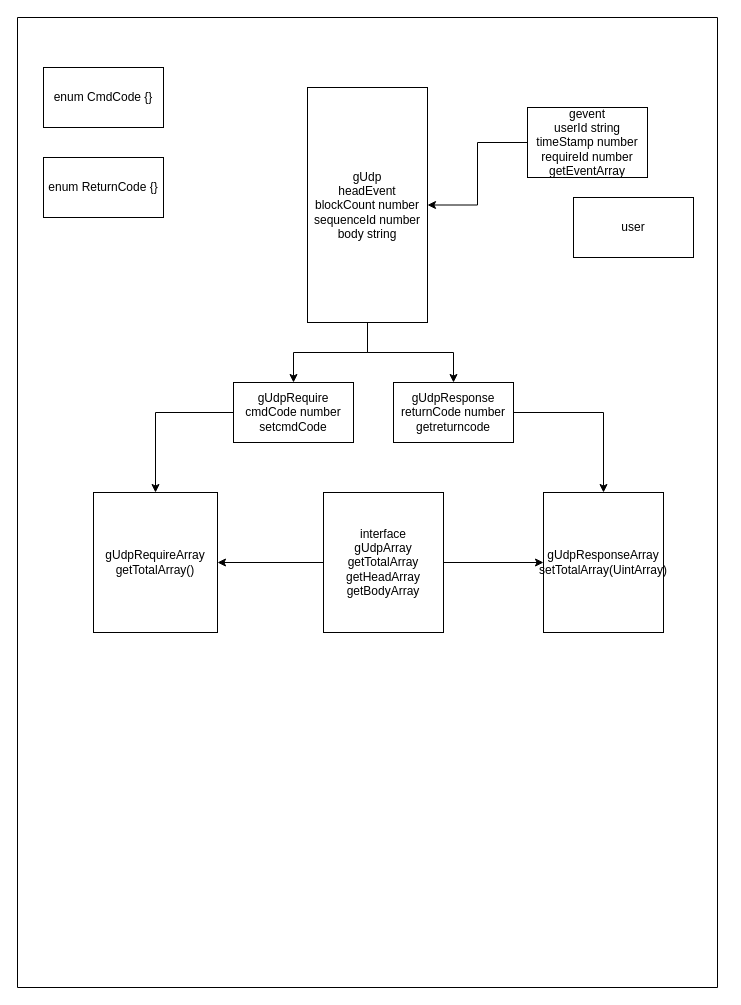
605682883/flowPhoto keeps this draw.io diagram as Untitled Diagram.drawio. Above is the earlier version. Source tidied: cells renumbered, new cells numbered last; positions are measured from the earlier drawing's top-left corner, leaving out a move shared by most shapes. Both pictures are drawn from the tidied source at 100%, with x=0, y=0 at pixel (17, 17).
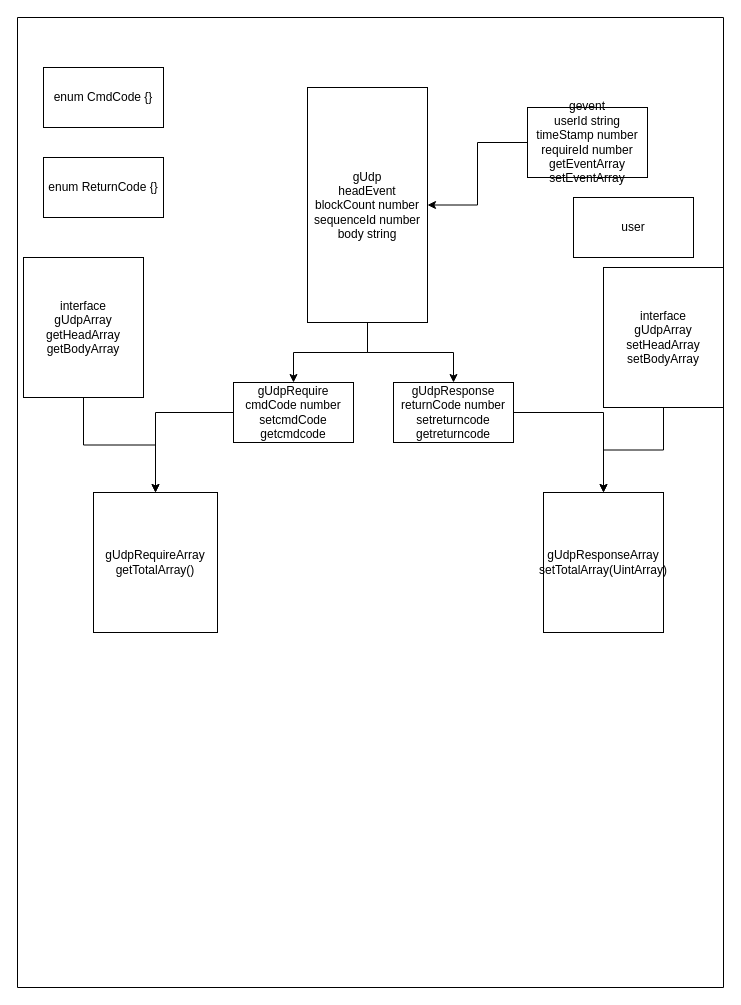
Above is the later version.

Unchanged cells that the change refers to:
```xml
<mxCell id="17" value="gUdpResponseArray&lt;br&gt;setTotalArray(UintArray)" style="rounded=0;whiteSpace=wrap;html=1;" parent="2" vertex="1">
  <mxGeometry x="526" y="475" width="120" height="140" as="geometry" />
</mxCell>
```

Diff of the diagram source:
```diff
@@
     <mxCell id="2" style="swimlane;startSize=0;" parent="1" vertex="1">
-      <mxGeometry width="700" height="970" as="geometry" />
+      <mxGeometry width="706" height="970" as="geometry" />
     </mxCell>
@@
-    <mxCell id="5" style="edgeStyle=orthogonalEdgeStyle;rounded=0;jettySize=auto;html=1;" parent="2" edge="1" source="6" target="17">
-      <mxGeometry relative="1" as="geometry" />
-    </mxCell>
-    <mxCell id="6" value="interface&lt;br&gt;gUdpArray&lt;br&gt;getTotalArray&lt;br&gt;getHeadArray&lt;br&gt;getBodyArray" style="rounded=0;whiteSpace=wrap;html=1;" parent="2" vertex="1">
-      <mxGeometry x="306" y="475" width="120" height="140" as="geometry" />
+    <mxCell id="6" value="interface&lt;br&gt;gUdpArray&lt;br&gt;getHeadArray&lt;br&gt;getBodyArray" style="rounded=0;whiteSpace=wrap;html=1;" parent="2" vertex="1">
+      <mxGeometry x="6" y="240" width="120" height="140" as="geometry" />
     </mxCell>
@@
-    <mxCell id="8" value="gevent&lt;br&gt;userId string&lt;br&gt;timeStamp number&lt;br&gt;requireId number&lt;br&gt;getEventArray" style="rounded=0;whiteSpace=wrap;html=1;" parent="2" vertex="1">
+    <mxCell id="8" value="gevent&lt;br&gt;userId string&lt;br&gt;timeStamp number&lt;br&gt;requireId number&lt;br&gt;getEventArray&lt;br&gt;setEventArray" style="rounded=0;whiteSpace=wrap;html=1;" parent="2" vertex="1">
       <mxGeometry x="510" y="90" width="120" height="70" as="geometry" />
     </mxCell>
@@
-    <mxCell id="13" value="&lt;span&gt;gUdpRequire&lt;br&gt;cmdCode number&lt;br&gt;setcmdCode&lt;br&gt;&lt;/span&gt;" style="rounded=0;whiteSpace=wrap;html=1;" parent="2" vertex="1">
+    <mxCell id="13" value="&lt;span&gt;gUdpRequire&lt;br&gt;cmdCode number&lt;br&gt;setcmdCode&lt;br&gt;getcmdcode&lt;br&gt;&lt;/span&gt;" style="rounded=0;whiteSpace=wrap;html=1;" parent="2" vertex="1">
       <mxGeometry x="216" y="365" width="120" height="60" as="geometry" />
     </mxCell>
@@
-    <mxCell id="15" value="&lt;span&gt;gUdpResponse&lt;br&gt;returnCode number&lt;br&gt;getreturncode&lt;br&gt;&lt;/span&gt;" style="rounded=0;whiteSpace=wrap;html=1;" parent="2" vertex="1">
+    <mxCell id="15" value="&lt;span&gt;gUdpResponse&lt;br&gt;returnCode number&lt;br&gt;setreturncode&lt;br&gt;getreturncode&lt;br&gt;&lt;/span&gt;" style="rounded=0;whiteSpace=wrap;html=1;" parent="2" vertex="1">
       <mxGeometry x="376" y="365" width="120" height="60" as="geometry" />
     </mxCell>
@@
+    <mxCell id="20" style="edgeStyle=orthogonalEdgeStyle;rounded=0;jettySize=auto;html=1;" parent="2" edge="1" source="21" target="17">
+      <mxGeometry relative="1" as="geometry" />
+    </mxCell>
+    <mxCell id="21" value="interface&lt;br&gt;gUdpArray&lt;br&gt;setHeadArray&lt;br&gt;setBodyArray" style="rounded=0;whiteSpace=wrap;html=1;" parent="2" vertex="1">
+      <mxGeometry x="586" y="250" width="120" height="140" as="geometry" />
+    </mxCell>
```
